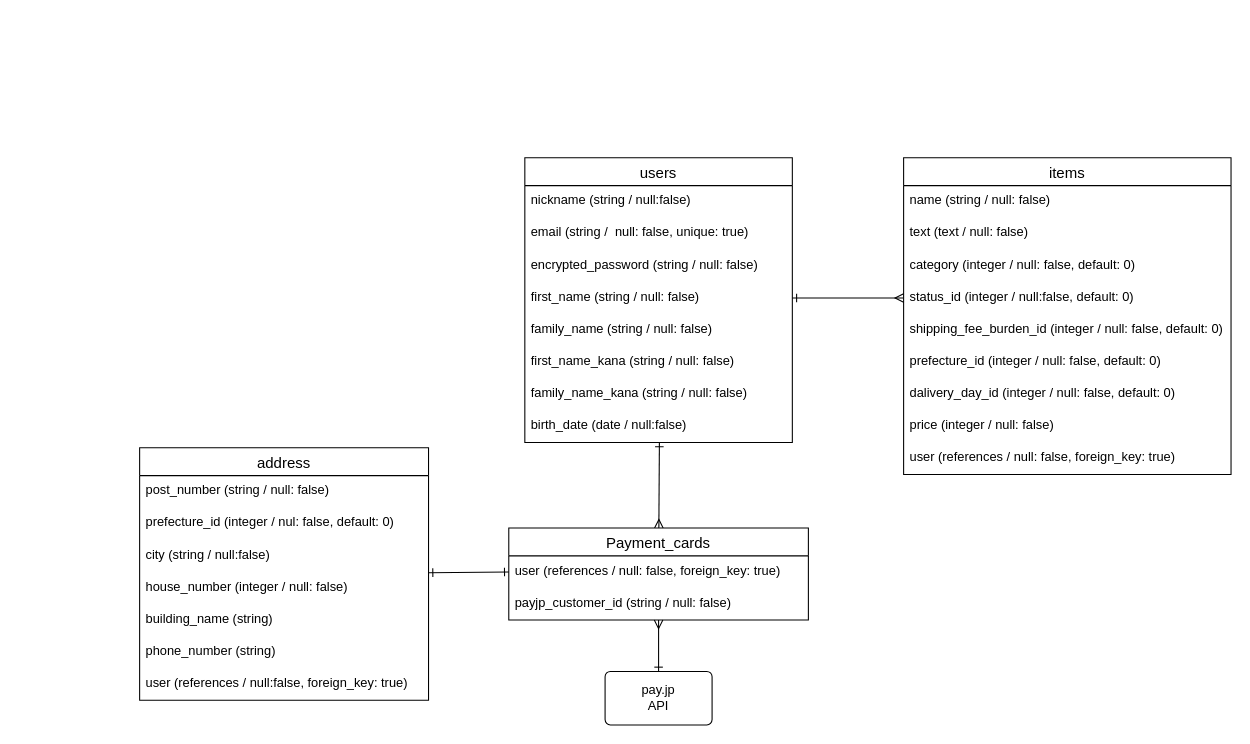
Before: test.dio in kt100sec/furima-36348, a draw.io diagram. Source tidied: cells renumbered, new cells numbered last; positions are measured from the earlier drawing's top-left corner, leaving out a move shared by most shapes. Both pictures are drawn from the tidied source at 107%, with x=0, y=0 at pixel (139, 157).
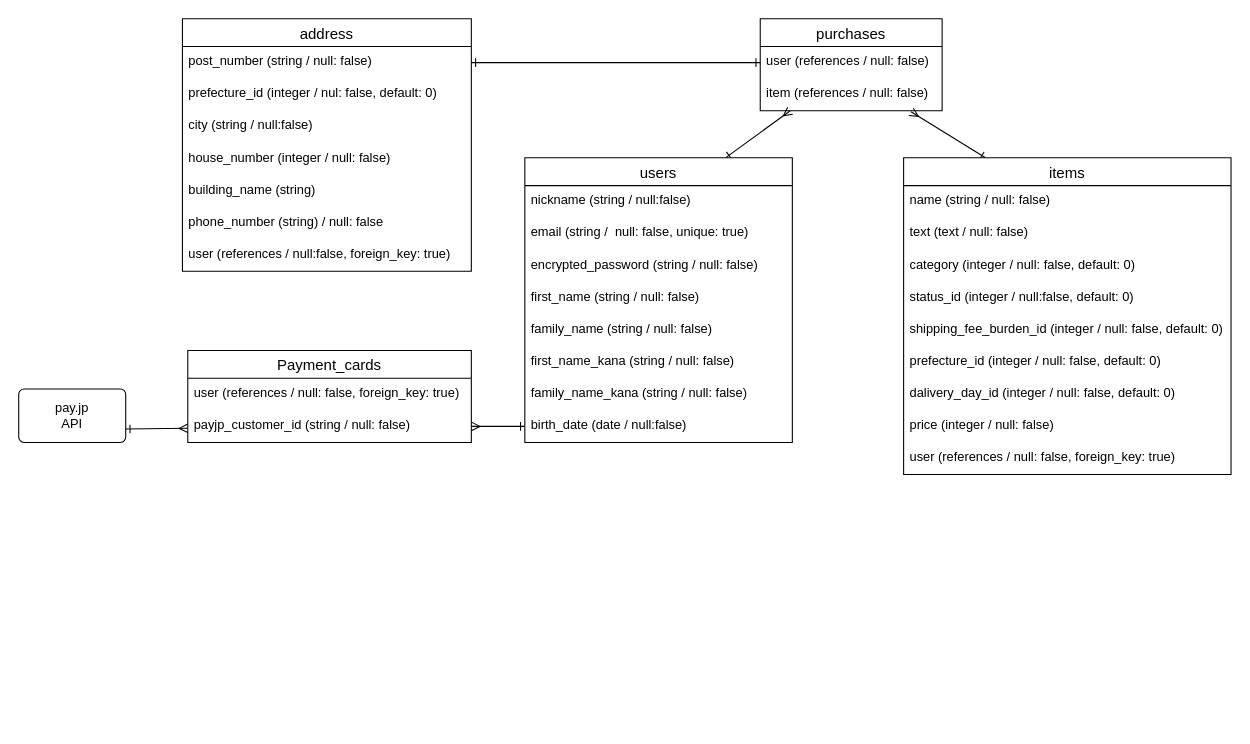
The same diagram, later.

Commit message (it also covers changes not shown here):
中間テーブル（購入管理テーブル）の実装、アソシエーションの見直し

The change refers to these unchanged cells:
```xml
<mxCell id="3" value="users" style="swimlane;fontStyle=0;horizontal=1;startSize=26;align=center;fontSize=14;" parent="1" vertex="1">
  <mxGeometry x="360" width="250" height="266" as="geometry" />
</mxCell>
<mxCell id="7" value="first_name (string / null: false)" style="text;strokeColor=none;fillColor=none;spacingLeft=4;spacingRight=4;overflow=hidden;points=[[0,0.5],[1,0.5]];portConstraint=eastwest;fontSize=12;" parent="3" vertex="1">
  <mxGeometry y="116" width="250" height="30" as="geometry" />
</mxCell>
<mxCell id="11" value="birth_date (date / null:false)" style="text;strokeColor=none;fillColor=none;spacingLeft=4;spacingRight=4;overflow=hidden;points=[[0,0.5],[1,0.5]];portConstraint=eastwest;fontSize=12;" parent="3" vertex="1">
  <mxGeometry y="236" width="250" height="30" as="geometry" />
</mxCell>
<mxCell id="12" value="items" style="swimlane;fontStyle=0;horizontal=1;startSize=26;align=center;fontSize=14;" parent="1" vertex="1">
  <mxGeometry x="714" width="306" height="296" as="geometry" />
</mxCell>
<mxCell id="16" value="status_id (integer / null:false, default: 0)" style="text;strokeColor=none;fillColor=none;spacingLeft=4;spacingRight=4;overflow=hidden;points=[[0,0.5],[1,0.5]];portConstraint=eastwest;fontSize=12;" parent="12" vertex="1">
  <mxGeometry y="116" width="306" height="30" as="geometry" />
</mxCell>
<mxCell id="30" value="post_number (string / null: false)" style="text;strokeColor=none;fillColor=none;spacingLeft=4;spacingRight=4;overflow=hidden;points=[[0,0.5],[1,0.5]];portConstraint=eastwest;fontSize=12;" parent="29" vertex="1">
  <mxGeometry y="26" width="270" height="30" as="geometry" />
</mxCell>
```

Diff of the diagram source:
```diff
@@
-    <mxCell id="2" style="edgeStyle=none;rounded=1;html=1;endArrow=ERmany;endFill=0;endSize=6;targetPerimeterSpacing=0;strokeWidth=1;exitX=0.503;exitY=1;exitDx=0;exitDy=0;exitPerimeter=0;startArrow=ERone;startFill=0;" parent="1" edge="1" source="11" target="23">
-      <mxGeometry relative="1" as="geometry" />
-    </mxCell>
+    <mxCell id="37" style="edgeStyle=none;jumpSize=6;html=1;exitX=0.75;exitY=0;exitDx=0;exitDy=0;entryX=0.165;entryY=1;entryDx=0;entryDy=0;entryPerimeter=0;startArrow=ERone;startFill=0;endArrow=ERmany;endFill=0;" parent="1" edge="1" source="3" target="41">
+      <mxGeometry relative="1" as="geometry" />
+    </mxCell>
@@
+    <mxCell id="38" style="edgeStyle=none;jumpSize=6;html=1;exitX=0.25;exitY=0;exitDx=0;exitDy=0;entryX=0.829;entryY=1.033;entryDx=0;entryDy=0;entryPerimeter=0;startArrow=ERone;startFill=0;endArrow=ERmany;endFill=0;" parent="1" edge="1" source="12" target="41">
+      <mxGeometry relative="1" as="geometry" />
+    </mxCell>
@@
-    <mxCell id="22" style="edgeStyle=none;html=1;exitX=1;exitY=0.5;exitDx=0;exitDy=0;targetPerimeterSpacing=0;endArrow=ERmany;endFill=0;rounded=1;endSize=6;strokeWidth=1;startArrow=ERone;startFill=0;entryX=0;entryY=0.5;entryDx=0;entryDy=0;" parent="1" edge="1" source="7" target="16">
-      <mxGeometry relative="1" as="geometry" />
-    </mxCell>
     <mxCell id="23" value="Payment_cards" style="swimlane;fontStyle=0;horizontal=1;startSize=26;align=center;fontSize=14;" parent="1" vertex="1">
-      <mxGeometry x="345" y="346" width="280" height="86" as="geometry" />
+      <mxGeometry x="45" y="180" width="265" height="86" as="geometry" />
     </mxCell>
     <mxCell id="24" value="user (references / null: false, foreign_key: true)" style="text;strokeColor=none;fillColor=none;spacingLeft=4;spacingRight=4;overflow=hidden;fontSize=12;" parent="23" vertex="1">
-      <mxGeometry y="26" width="280" height="30" as="geometry" />
+      <mxGeometry y="26" width="265" height="30" as="geometry" />
     </mxCell>
     <mxCell id="25" value="payjp_customer_id (string / null: false)" style="text;strokeColor=none;fillColor=none;spacingLeft=4;spacingRight=4;overflow=hidden;points=[[0,0.5],[1,0.5]];portConstraint=eastwest;fontSize=12;" parent="23" vertex="1">
-      <mxGeometry y="56" width="280" height="30" as="geometry" />
+      <mxGeometry y="56" width="265" height="30" as="geometry" />
     </mxCell>
-    <mxCell id="26" style="edgeStyle=none;rounded=1;html=1;startArrow=ERone;startFill=0;endArrow=ERmany;endFill=0;endSize=6;targetPerimeterSpacing=0;strokeWidth=1;" parent="1" edge="1" source="27" target="25">
+    <mxCell id="26" style="edgeStyle=none;jumpSize=6;html=1;exitX=1;exitY=0.75;exitDx=0;exitDy=0;startArrow=ERone;startFill=0;endArrow=ERmany;endFill=0;" parent="1" edge="1" source="27" target="25">
       <mxGeometry relative="1" as="geometry" />
     </mxCell>
     <mxCell id="27" value="pay.jp&lt;br&gt;API" style="rounded=1;arcSize=10;whiteSpace=wrap;html=1;align=center;" parent="1" vertex="1">
-      <mxGeometry x="435" y="480" width="100" height="50" as="geometry" />
+      <mxGeometry x="-113" y="216" width="100" height="50" as="geometry" />
     </mxCell>
-    <mxCell id="28" style="edgeStyle=none;html=1;endArrow=ERone;endFill=0;startArrow=ERone;startFill=0;" parent="1" edge="1" source="29">
-      <mxGeometry relative="1" as="geometry">
-        <mxPoint x="345" y="387" as="targetPoint" />
-      </mxGeometry>
-    </mxCell>
     <mxCell id="29" value="address" style="swimlane;fontStyle=0;horizontal=1;startSize=26;align=center;fontSize=14;" parent="1" vertex="1">
-      <mxGeometry y="271" width="270" height="236" as="geometry" />
+      <mxGeometry x="40" y="-130" width="270" height="236" as="geometry" />
     </mxCell>
@@
-    <mxCell id="35" value="phone_number (string)" style="text;strokeColor=none;fillColor=none;spacingLeft=4;spacingRight=4;overflow=hidden;fontSize=12;" parent="29" vertex="1">
+    <mxCell id="35" value="phone_number (string) / null: false" style="text;strokeColor=none;fillColor=none;spacingLeft=4;spacingRight=4;overflow=hidden;fontSize=12;" parent="29" vertex="1">
       <mxGeometry y="176" width="270" height="30" as="geometry" />
     </mxCell>
@@
+    <mxCell id="39" value="purchases" style="swimlane;fontStyle=0;horizontal=1;startSize=26;align=center;fontSize=14;" parent="1" vertex="1">
+      <mxGeometry x="580" y="-130" width="170" height="86" as="geometry" />
+    </mxCell>
+    <mxCell id="40" value="user (references / null: false)" style="text;strokeColor=none;fillColor=none;spacingLeft=4;spacingRight=4;overflow=hidden;points=[[0,0.5],[1,0.5]];portConstraint=eastwest;fontSize=12;" parent="39" vertex="1">
+      <mxGeometry y="26" width="170" height="30" as="geometry" />
+    </mxCell>
+    <mxCell id="41" value="item (references / null: false)" style="text;strokeColor=none;fillColor=none;spacingLeft=4;spacingRight=4;overflow=hidden;points=[[0,0.5],[1,0.5]];portConstraint=eastwest;fontSize=12;" parent="39" vertex="1">
+      <mxGeometry y="56" width="170" height="30" as="geometry" />
+    </mxCell>
+    <mxCell id="42" style="edgeStyle=none;jumpSize=6;html=1;exitX=1;exitY=0.5;exitDx=0;exitDy=0;entryX=0;entryY=0.5;entryDx=0;entryDy=0;startArrow=ERone;startFill=0;endArrow=ERone;endFill=0;" parent="1" edge="1" source="30" target="40">
+      <mxGeometry relative="1" as="geometry" />
+    </mxCell>
+    <mxCell id="43" style="edgeStyle=none;jumpSize=6;html=1;exitX=0;exitY=0.5;exitDx=0;exitDy=0;entryX=1;entryY=0.5;entryDx=0;entryDy=0;startArrow=ERone;startFill=0;endArrow=ERmany;endFill=0;" parent="1" edge="1" source="11" target="25">
+      <mxGeometry relative="1" as="geometry" />
+    </mxCell>
```
